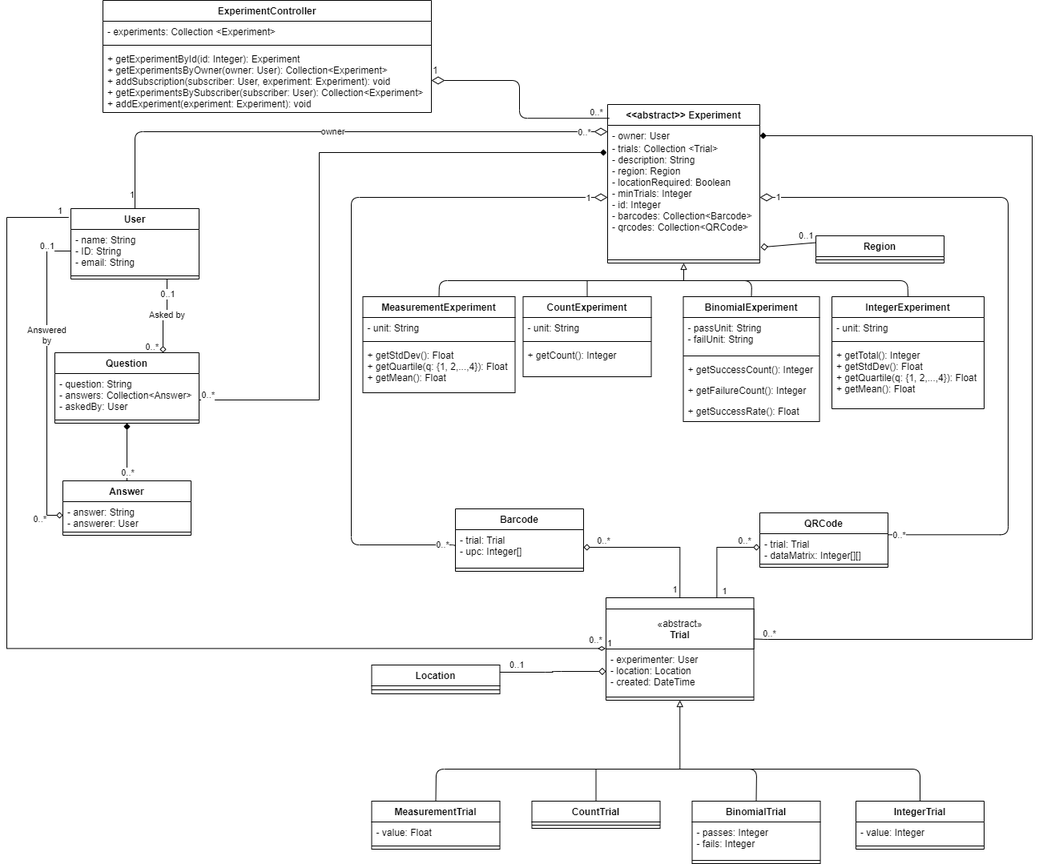
Before: doc/Model_UML.png, a diagram exported from draw.io (CMPUT301W21T05/KrowdTrialz). Source tidied: cells renumbered, new cells last; positions are measured from the earlier drawing's top-left corner, leaving out a move shared by most shapes.
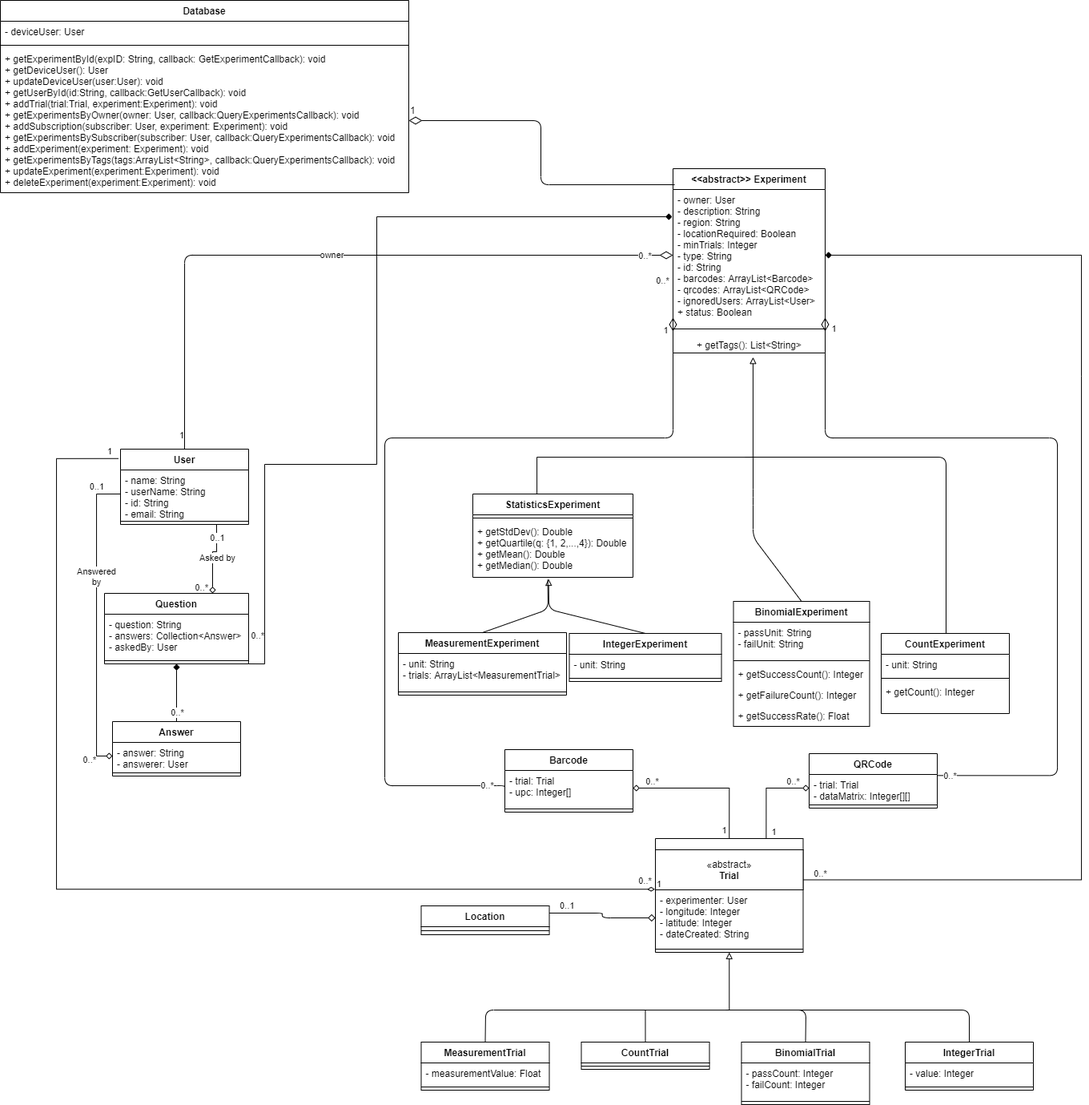
The same diagram one commit later.

Commit message:
Add Updated UML for Part 3

Change to the diagram source:
```diff
@@ -5,10 +5,7 @@
     <mxCell id="2" value="&lt;&lt;abstract&gt;&gt; Experiment" style="swimlane;fontStyle=1;align=center;verticalAlign=top;horizontal=1;startSize=26;" parent="1" vertex="1">
-      <mxGeometry x="750" y="130" width="190" height="198" as="geometry" />
+      <mxGeometry x="770" y="-90" width="190" height="230" as="geometry" />
     </mxCell>
-    <mxCell id="3" value="- owner: User&#10;" style="text;strokeColor=none;fillColor=none;align=left;verticalAlign=top;spacingLeft=4;spacingRight=4;overflow=hidden;points=[[0,0.5],[1,0.5]];portConstraint=eastwest;" parent="2" vertex="1">
-      <mxGeometry y="26" width="190" height="16" as="geometry" />
+    <mxCell id="3" value="- owner: User&#10;- description: String&#10;- region: String&#10;- locationRequired: Boolean&#10;- minTrials: Integer&#10;- type: String&#10;- id: String&#10;- barcodes: ArrayList&lt;Barcode&gt;&#10;- qrcodes: ArrayList&lt;QRCode&gt;&#10;- ignoredUsers: ArrayList&lt;User&gt;&#10;+ status: Boolean&#10;" style="text;strokeColor=none;fillColor=none;align=left;verticalAlign=top;spacingLeft=4;spacingRight=4;overflow=hidden;points=[[0,0.5],[1,0.5]];portConstraint=eastwest;" parent="2" vertex="1">
+      <mxGeometry y="26" width="190" height="164" as="geometry" />
     </mxCell>
-    <mxCell id="4" value="- trials: Collection &lt;Trial&gt;&#10;- description: String&#10;- region: Region&#10;- locationRequired: Boolean&#10;- minTrials: Integer&#10;- id: Integer&#10;- barcodes: Collection&lt;Barcode&gt;&#10;- qrcodes: Collection&lt;QRCode&gt;" style="text;strokeColor=none;fillColor=none;align=left;verticalAlign=top;spacingLeft=4;spacingRight=4;overflow=hidden;points=[[0,0.5],[1,0.5]];portConstraint=eastwest;" parent="2" vertex="1">
-      <mxGeometry y="42" width="190" height="148" as="geometry" />
-    </mxCell>
     <mxCell id="5" style="edgeStyle=orthogonalEdgeStyle;rounded=0;jettySize=auto;html=1;endArrow=none;endFill=0;startArrow=diamond;startFill=1;exitX=0.5;exitY=1;exitDx=0;exitDy=0;entryX=1;entryY=1;entryDx=0;entryDy=0;" parent="2" edge="1" target="47">
@@ -17,5 +14,6 @@
         <Array as="points">
-          <mxPoint x="-360" y="60" />
-          <mxPoint x="-360" y="369" />
+          <mxPoint x="-370" y="60" />
+          <mxPoint x="-370" y="369" />
           <mxPoint x="-510" y="369" />
+          <mxPoint x="-510" y="618" />
         </Array>
@@ -24,4 +22,7 @@
     <mxCell id="6" style="line;strokeWidth=1;fillColor=none;align=left;verticalAlign=middle;spacingTop=-1;spacingLeft=3;spacingRight=3;labelPosition=right;" parent="2" vertex="1">
-      <mxGeometry y="190" width="190" height="8" as="geometry" />
+      <mxGeometry y="190" width="190" height="20" as="geometry" />
     </mxCell>
+    <mxCell id="106" value="+ getTags(): List&amp;lt;String&amp;gt;" style="text;html=1;align=center;verticalAlign=middle;points=[];" parent="2" vertex="1">
+      <mxGeometry y="210" width="190" height="20" as="geometry" />
+    </mxCell>
     <mxCell id="7" style="edgeStyle=orthogonalEdgeStyle;rounded=0;jettySize=auto;html=1;exitX=0.75;exitY=1;exitDx=0;exitDy=0;entryX=0.75;entryY=0;entryDx=0;entryDy=0;endArrow=diamond;endFill=0;" parent="1" edge="1" source="10" target="47">
@@ -42,32 +43,21 @@
     <mxCell id="10" value="User" style="swimlane;fontStyle=1;align=center;verticalAlign=top;horizontal=1;startSize=26;" parent="1" vertex="1">
-      <mxGeometry x="80" y="260" width="160" height="88" as="geometry" />
+      <mxGeometry x="80" y="260" width="160" height="94" as="geometry" />
     </mxCell>
-    <mxCell id="11" value="- name: String&#10;- ID: String&#10;- email: String&#10;&#10;" style="text;strokeColor=none;fillColor=none;align=left;verticalAlign=top;spacingLeft=4;spacingRight=4;overflow=hidden;points=[[0,0.5],[1,0.5]];portConstraint=eastwest;" parent="10" vertex="1">
-      <mxGeometry y="26" width="160" height="54" as="geometry" />
+    <mxCell id="11" value="- name: String&#10;- userName: String&#10;- id: String&#10;- email: String&#10;&#10;" style="text;strokeColor=none;fillColor=none;align=left;verticalAlign=top;spacingLeft=4;spacingRight=4;overflow=hidden;points=[[0,0.5],[1,0.5]];portConstraint=eastwest;" parent="10" vertex="1">
+      <mxGeometry y="26" width="160" height="60" as="geometry" />
     </mxCell>
     <mxCell id="12" style="line;strokeWidth=1;fillColor=none;align=left;verticalAlign=middle;spacingTop=-1;spacingLeft=3;spacingRight=3;labelPosition=right;" parent="10" vertex="1">
-      <mxGeometry y="80" width="160" height="8" as="geometry" />
+      <mxGeometry y="86" width="160" height="8" as="geometry" />
     </mxCell>
     <mxCell id="13" value="MeasurementExperiment" style="swimlane;fontStyle=1;align=center;verticalAlign=top;horizontal=1;startSize=26;" parent="1" vertex="1">
-      <mxGeometry x="444.5" y="370" width="190" height="120" as="geometry" />
+      <mxGeometry x="427" y="489" width="210" height="78" as="geometry" />
     </mxCell>
-    <mxCell id="14" value="- unit: String" style="text;strokeColor=none;fillColor=none;align=left;verticalAlign=top;spacingLeft=4;spacingRight=4;overflow=hidden;" parent="13" vertex="1">
-      <mxGeometry y="26" width="190" height="26" as="geometry" />
+    <mxCell id="14" value="- unit: String&#10;- trials: ArrayList&lt;MeasurementTrial&gt;" style="text;strokeColor=none;fillColor=none;align=left;verticalAlign=top;spacingLeft=4;spacingRight=4;overflow=hidden;" parent="13" vertex="1">
+      <mxGeometry y="26" width="210" height="44" as="geometry" />
     </mxCell>
     <mxCell id="15" style="line;strokeWidth=1;fillColor=none;align=left;verticalAlign=middle;spacingTop=-1;spacingLeft=3;spacingRight=3;labelPosition=right;" parent="13" vertex="1">
-      <mxGeometry y="52" width="190" height="8" as="geometry" />
+      <mxGeometry y="70" width="210" height="8" as="geometry" />
     </mxCell>
-    <mxCell id="16" value="+ getStdDev(): Float&#10;+ getQuartile(q: {1, 2,...,4}): Float&#10;+ getMean(): Float " style="text;strokeColor=none;fillColor=none;align=left;verticalAlign=top;spacingLeft=4;spacingRight=4;overflow=hidden;" parent="13" vertex="1">
-      <mxGeometry y="60" width="190" height="60" as="geometry" />
-    </mxCell>
-    <mxCell id="17" style="edgeStyle=orthogonalEdgeStyle;rounded=0;jettySize=auto;html=1;endArrow=block;endFill=0;entryX=0.5;entryY=1;entryDx=0;entryDy=0;" parent="1" edge="1" source="18" target="2">
-      <mxGeometry relative="1" as="geometry">
-        <Array as="points">
-          <mxPoint x="725" y="350" />
-          <mxPoint x="845" y="350" />
-        </Array>
-      </mxGeometry>
-    </mxCell>
     <mxCell id="18" value="CountExperiment" style="swimlane;fontStyle=1;align=center;verticalAlign=top;horizontal=1;startSize=26;" parent="1" vertex="1">
-      <mxGeometry x="644.5" y="370" width="160" height="100" as="geometry" />
+      <mxGeometry x="1030" y="490" width="160" height="100" as="geometry" />
     </mxCell>
@@ -83,3 +73,3 @@
     <mxCell id="22" value="BinomialExperiment" style="swimlane;fontStyle=1;align=center;verticalAlign=top;horizontal=1;startSize=26;" parent="1" vertex="1">
-      <mxGeometry x="844.5" y="370" width="170" height="156" as="geometry" />
+      <mxGeometry x="845.5" y="450" width="170" height="156" as="geometry" />
     </mxCell>
@@ -101,3 +91,3 @@
     <mxCell id="28" value="IntegerExperiment" style="swimlane;fontStyle=1;align=center;verticalAlign=top;horizontal=1;startSize=26;" parent="1" vertex="1">
-      <mxGeometry x="1030" y="370" width="190" height="140" as="geometry" />
+      <mxGeometry x="640.5" y="490" width="190" height="60" as="geometry" />
     </mxCell>
@@ -109,7 +99,4 @@
     </mxCell>
-    <mxCell id="31" value="+ getTotal(): Integer&#10;+ getStdDev(): Float&#10;+ getQuartile(q: {1, 2,...,4}): Float&#10;+ getMean(): Float " style="text;strokeColor=none;fillColor=none;align=left;verticalAlign=top;spacingLeft=4;spacingRight=4;overflow=hidden;" parent="28" vertex="1">
-      <mxGeometry y="60" width="190" height="80" as="geometry" />
-    </mxCell>
     <mxCell id="32" style="swimlane;fontStyle=1;align=center;verticalAlign=top;horizontal=1;startSize=14;fontSize=12;" parent="1" vertex="1">
-      <mxGeometry x="748" y="746" width="184.5" height="128" as="geometry" />
+      <mxGeometry x="748" y="746" width="184.5" height="142" as="geometry" />
     </mxCell>
@@ -118,7 +105,7 @@
     </mxCell>
-    <mxCell id="34" value="- experimenter: User&#10;- location: Location&#10;- created: DateTime&#10;" style="text;strokeColor=none;fillColor=none;align=left;verticalAlign=top;spacingLeft=4;spacingRight=4;overflow=hidden;points=[[0,0.5],[1,0.5]];portConstraint=eastwest;" parent="32" vertex="1">
-      <mxGeometry y="64" width="184.5" height="56" as="geometry" />
+    <mxCell id="34" value="- experimenter: User&#10;- longitude: Integer&#10;- latitude: Integer&#10;- dateCreated: String&#10;" style="text;strokeColor=none;fillColor=none;align=left;verticalAlign=top;spacingLeft=4;spacingRight=4;overflow=hidden;points=[[0,0.5],[1,0.5]];portConstraint=eastwest;" parent="32" vertex="1">
+      <mxGeometry y="64" width="184.5" height="70" as="geometry" />
     </mxCell>
     <mxCell id="35" style="line;strokeWidth=1;fillColor=none;align=left;verticalAlign=middle;spacingTop=-1;spacingLeft=3;spacingRight=3;labelPosition=right;" parent="32" vertex="1">
-      <mxGeometry y="120" width="184.5" height="8" as="geometry" />
+      <mxGeometry y="134" width="184.5" height="8" as="geometry" />
     </mxCell>
@@ -127,3 +114,3 @@
     </mxCell>
-    <mxCell id="37" value="- value: Float" style="text;strokeColor=none;fillColor=none;align=left;verticalAlign=top;spacingLeft=4;spacingRight=4;overflow=hidden;" parent="36" vertex="1">
+    <mxCell id="37" value="- measurementValue: Float" style="text;strokeColor=none;fillColor=none;align=left;verticalAlign=top;spacingLeft=4;spacingRight=4;overflow=hidden;" parent="36" vertex="1">
       <mxGeometry y="26" width="160" height="26" as="geometry" />
@@ -142,3 +129,3 @@
     </mxCell>
-    <mxCell id="42" value="- passes: Integer&#10;- fails: Integer" style="text;strokeColor=none;fillColor=none;align=left;verticalAlign=top;spacingLeft=4;spacingRight=4;overflow=hidden;" parent="41" vertex="1">
+    <mxCell id="42" value="- passCount: Integer&#10;- failCount: Integer" style="text;strokeColor=none;fillColor=none;align=left;verticalAlign=top;spacingLeft=4;spacingRight=4;overflow=hidden;" parent="41" vertex="1">
       <mxGeometry y="26" width="160" height="44" as="geometry" />
@@ -175,10 +162,2 @@
     </mxCell>
-    <mxCell id="53" style="endArrow=none;html=1;entryX=0.5;entryY=0;entryDx=0;entryDy=0;" parent="1" edge="1" target="28">
-      <mxGeometry relative="1" as="geometry">
-        <mxPoint x="914.5" y="350" as="sourcePoint" />
-        <Array as="points">
-          <mxPoint x="1124.5" y="350" />
-        </Array>
-      </mxGeometry>
-    </mxCell>
     <mxCell id="54" style="edgeStyle=orthogonalEdgeStyle;rounded=0;jettySize=auto;html=1;entryX=0.5;entryY=0;entryDx=0;entryDy=0;endArrow=none;endFill=0;startArrow=diamond;startFill=1;exitX=0.5;exitY=1;exitDx=0;exitDy=0;" parent="1" edge="1" source="47" target="50">
@@ -193,5 +172,6 @@
       <mxGeometry relative="1" as="geometry">
-        <mxPoint x="730" y="350" as="sourcePoint" />
+        <mxPoint x="870" y="270" as="sourcePoint" />
         <Array as="points">
-          <mxPoint x="930" y="350" />
+          <mxPoint x="870" y="320" />
+          <mxPoint x="870" y="370" />
         </Array>
@@ -199,7 +179,6 @@
     </mxCell>
-    <mxCell id="57" style="endArrow=none;html=1;exitX=0.5;exitY=0;exitDx=0;exitDy=0;" parent="1" edge="1" source="13">
+    <mxCell id="57" style="endArrow=none;html=1;exitX=0.5;exitY=0;exitDx=0;exitDy=0;entryX=0.468;entryY=1.046;entryDx=0;entryDy=0;entryPerimeter=0;" parent="1" edge="1" source="13" target="110">
       <mxGeometry relative="1" as="geometry">
-        <mxPoint x="730" y="350" as="targetPoint" />
         <Array as="points">
-          <mxPoint x="540" y="350" />
+          <mxPoint x="614" y="460" />
         </Array>
@@ -296,13 +275,13 @@
     </mxCell>
-    <mxCell id="77" value="ExperimentController" style="swimlane;fontStyle=1;align=center;verticalAlign=top;horizontal=1;startSize=26;" parent="1" vertex="1">
-      <mxGeometry x="120" width="410" height="140" as="geometry" />
+    <mxCell id="77" value="Database" style="swimlane;fontStyle=1;align=center;verticalAlign=top;horizontal=1;startSize=26;" parent="1" vertex="1">
+      <mxGeometry x="-70" y="-300" width="510" height="240" as="geometry" />
     </mxCell>
-    <mxCell id="78" value="- experiments: Collection &lt;Experiment&gt;" style="text;strokeColor=none;fillColor=none;align=left;verticalAlign=top;spacingLeft=4;spacingRight=4;overflow=hidden;" parent="77" vertex="1">
-      <mxGeometry y="26" width="410" height="26" as="geometry" />
+    <mxCell id="78" value="- deviceUser: User&#10;" style="text;strokeColor=none;fillColor=none;align=left;verticalAlign=top;spacingLeft=4;spacingRight=4;overflow=hidden;" parent="77" vertex="1">
+      <mxGeometry y="26" width="510" height="26" as="geometry" />
     </mxCell>
     <mxCell id="79" style="line;strokeWidth=1;fillColor=none;align=left;verticalAlign=middle;spacingTop=-1;spacingLeft=3;spacingRight=3;labelPosition=right;" parent="77" vertex="1">
-      <mxGeometry y="52" width="410" height="8" as="geometry" />
+      <mxGeometry y="52" width="510" height="8" as="geometry" />
     </mxCell>
-    <mxCell id="80" value="+ getExperimentById(id: Integer): Experiment&#10;+ getExperimentsByOwner(owner: User): Collection&lt;Experiment&gt;&#10;+ addSubscription(subscriber: User, experiment: Experiment): void&#10;+ getExperimentsBySubscriber(subscriber: User): Collection&lt;Experiment&gt;&#10;+ addExperiment(experiment: Experiment): void" style="text;strokeColor=none;fillColor=none;align=left;verticalAlign=top;spacingLeft=4;spacingRight=4;overflow=hidden;points=[[0,0.5],[1,0.5]];portConstraint=eastwest;" parent="77" vertex="1">
-      <mxGeometry y="60" width="410" height="80" as="geometry" />
+    <mxCell id="80" value="+ getExperimentById(expID: String, callback: GetExperimentCallback): void&#10;+ getDeviceUser(): User&#10;+ updateDeviceUser(user:User): void&#10;+ getUserById(id:String, callback:GetUserCallback): void&#10;+ addTrial(trial:Trial, experiment:Experiment): void&#10;+ getExperimentsByOwner(owner: User, callback:QueryExperimentsCallback): void&#10;+ addSubscription(subscriber: User, experiment: Experiment): void&#10;+ getExperimentsBySubscriber(subscriber: User, callback:QueryExperimentsCallback): void&#10;+ addExperiment(experiment: Experiment): void&#10;+ getExperimentsByTags(tags:ArrayList&lt;String&gt;, callback:QueryExperimentsCallback): void&#10;+ updateExperiment(experiment:Experiment): void&#10;+ deleteExperiment(experiment:Experiment): void" style="text;strokeColor=none;fillColor=none;align=left;verticalAlign=top;spacingLeft=4;spacingRight=4;overflow=hidden;points=[[0,0.5],[1,0.5]];portConstraint=eastwest;" parent="77" vertex="1">
+      <mxGeometry y="60" width="510" height="180" as="geometry" />
     </mxCell>
@@ -345,11 +324,2 @@
     </mxCell>
-    <mxCell id="90" value="Region" style="swimlane;fontStyle=1;align=center;verticalAlign=top;horizontal=1;startSize=26;" parent="1" vertex="1">
-      <mxGeometry x="1010" y="294" width="160" height="34" as="geometry" />
-    </mxCell>
-    <mxCell id="91" style="line;strokeWidth=1;fillColor=none;align=left;verticalAlign=middle;spacingTop=-1;spacingLeft=3;spacingRight=3;labelPosition=right;" parent="90" vertex="1">
-      <mxGeometry y="26" width="160" height="8" as="geometry" />
-    </mxCell>
-    <mxCell id="92" value="&lt;div&gt;0..1&lt;/div&gt;" style="endArrow=none;html=1;endSize=12;startArrow=diamond;startSize=7;startFill=0;align=left;verticalAlign=bottom;exitX=1.005;exitY=0.921;exitDx=0;exitDy=0;exitPerimeter=0;endFill=0;entryX=0;entryY=0.25;entryDx=0;entryDy=0;" parent="1" edge="1" source="4" target="90">
-      <mxGeometry x="0.33" y="1" relative="1" as="geometry" />
-    </mxCell>
     <mxCell id="93" value="Location" style="swimlane;fontStyle=1;align=center;verticalAlign=top;horizontal=1;startSize=26;" parent="1" vertex="1">
@@ -367,3 +337,3 @@
     <mxCell id="97" value="0..*" style="edgeLabel;html=1;align=center;verticalAlign=middle;" parent="1" vertex="1">
-      <mxGeometry x="760" y="120" as="geometry">
+      <mxGeometry x="780" y="30" as="geometry">
         <mxPoint x="-24" y="19" as="offset" />
@@ -371,7 +341,9 @@
     </mxCell>
-    <mxCell id="98" style="edgeStyle=orthogonalEdgeStyle;jettySize=auto;html=1;exitX=0;exitY=0.5;exitDx=0;exitDy=0;entryX=0;entryY=0.5;entryDx=0;entryDy=0;startArrow=diamondThin;startFill=0;startSize=14;endArrow=none;endFill=0;endSize=12;" parent="1" edge="1" source="4" target="62">
+    <mxCell id="98" style="edgeStyle=orthogonalEdgeStyle;jettySize=auto;html=1;exitX=0;exitY=0.5;exitDx=0;exitDy=0;entryX=0;entryY=0.5;entryDx=0;entryDy=0;startArrow=diamondThin;startFill=0;startSize=14;endArrow=none;endFill=0;endSize=12;" parent="1" edge="1" target="62">
       <mxGeometry relative="1" as="geometry">
+        <mxPoint x="770" y="96" as="sourcePoint" />
         <Array as="points">
-          <mxPoint x="430" y="246" />
-          <mxPoint x="430" y="680" />
+          <mxPoint x="770" y="246" />
+          <mxPoint x="410" y="246" />
+          <mxPoint x="410" y="680" />
           <mxPoint x="560" y="680" />
@@ -384,6 +356,9 @@
     <mxCell id="100" value="1" style="edgeLabel;html=1;align=center;verticalAlign=middle;" parent="98" vertex="1">
-      <mxGeometry x="-0.94" relative="1" as="geometry" />
+      <mxGeometry x="-0.94" relative="1" as="geometry">
+        <mxPoint x="-10" y="-16" as="offset" />
+      </mxGeometry>
     </mxCell>
-    <mxCell id="101" style="edgeStyle=orthogonalEdgeStyle;jettySize=auto;html=1;exitX=1;exitY=0.5;exitDx=0;exitDy=0;entryX=1.002;entryY=0.039;entryDx=0;entryDy=0;entryPerimeter=0;startArrow=diamondThin;startFill=0;startSize=14;endArrow=none;endFill=0;endSize=12;" parent="1" edge="1" source="4" target="59">
+    <mxCell id="101" style="edgeStyle=orthogonalEdgeStyle;jettySize=auto;html=1;exitX=1;exitY=0.5;exitDx=0;exitDy=0;entryX=1.002;entryY=0.039;entryDx=0;entryDy=0;entryPerimeter=0;startArrow=diamondThin;startFill=0;startSize=14;endArrow=none;endFill=0;endSize=12;" parent="1" edge="1" target="59">
       <mxGeometry relative="1" as="geometry">
+        <mxPoint x="960" y="96" as="sourcePoint" />
         <Array as="points">
@@ -398,3 +373,5 @@
     <mxCell id="103" value="1" style="edgeLabel;html=1;align=center;verticalAlign=middle;" parent="101" vertex="1">
-      <mxGeometry x="-0.95" y="1" relative="1" as="geometry" />
+      <mxGeometry x="-0.95" y="1" relative="1" as="geometry">
+        <mxPoint x="9" y="-11" as="offset" />
+      </mxGeometry>
     </mxCell>
@@ -413,2 +390,35 @@
     </mxCell>
+    <mxCell id="107" style="edgeStyle=orthogonalEdgeStyle;rounded=0;jettySize=auto;html=1;exitX=0.5;exitY=0;exitDx=0;exitDy=0;endArrow=block;endFill=0;entryX=0.526;entryY=1.26;entryDx=0;entryDy=0;entryPerimeter=0;" parent="1" edge="1" source="108" target="106">
+      <mxGeometry relative="1" as="geometry">
+        <Array as="points">
+          <mxPoint x="600" y="270" />
+          <mxPoint x="870" y="270" />
+        </Array>
+      </mxGeometry>
+    </mxCell>
+    <mxCell id="108" value="StatisticsExperiment" style="swimlane;fontStyle=1;align=center;verticalAlign=top;horizontal=1;startSize=26;" parent="1" vertex="1">
+      <mxGeometry x="520" y="316" width="200" height="104" as="geometry" />
+    </mxCell>
+    <mxCell id="109" style="line;strokeWidth=1;fillColor=none;align=left;verticalAlign=middle;spacingTop=-1;spacingLeft=3;spacingRight=3;labelPosition=right;" parent="108" vertex="1">
+      <mxGeometry y="26" width="200" height="8" as="geometry" />
+    </mxCell>
+    <mxCell id="110" value="+ getStdDev(): Double&#10;+ getQuartile(q: {1, 2,...,4}): Double&#10;+ getMean(): Double&#10;+ getMedian(): Double" style="text;strokeColor=none;fillColor=none;align=left;verticalAlign=top;spacingLeft=4;spacingRight=4;overflow=hidden;points=[[0,0.5],[1,0.5]];portConstraint=eastwest;" parent="108" vertex="1">
+      <mxGeometry y="34" width="200" height="70" as="geometry" />
+    </mxCell>
+    <mxCell id="111" style="endArrow=block;html=1;exitX=0.5;exitY=0;exitDx=0;exitDy=0;endFill=0;entryX=0.473;entryY=1.029;entryDx=0;entryDy=0;entryPerimeter=0;" parent="1" edge="1" source="28" target="110">
+      <mxGeometry relative="1" as="geometry">
+        <Array as="points">
+          <mxPoint x="615" y="460" />
+        </Array>
+      </mxGeometry>
+    </mxCell>
+    <mxCell id="112" style="endArrow=none;html=1;" parent="1" edge="1">
+      <mxGeometry relative="1" as="geometry">
+        <mxPoint x="860" y="270" as="sourcePoint" />
+        <mxPoint x="1111" y="490" as="targetPoint" />
+        <Array as="points">
+          <mxPoint x="1111" y="270" />
+        </Array>
+      </mxGeometry>
+    </mxCell>
   </root>
```
